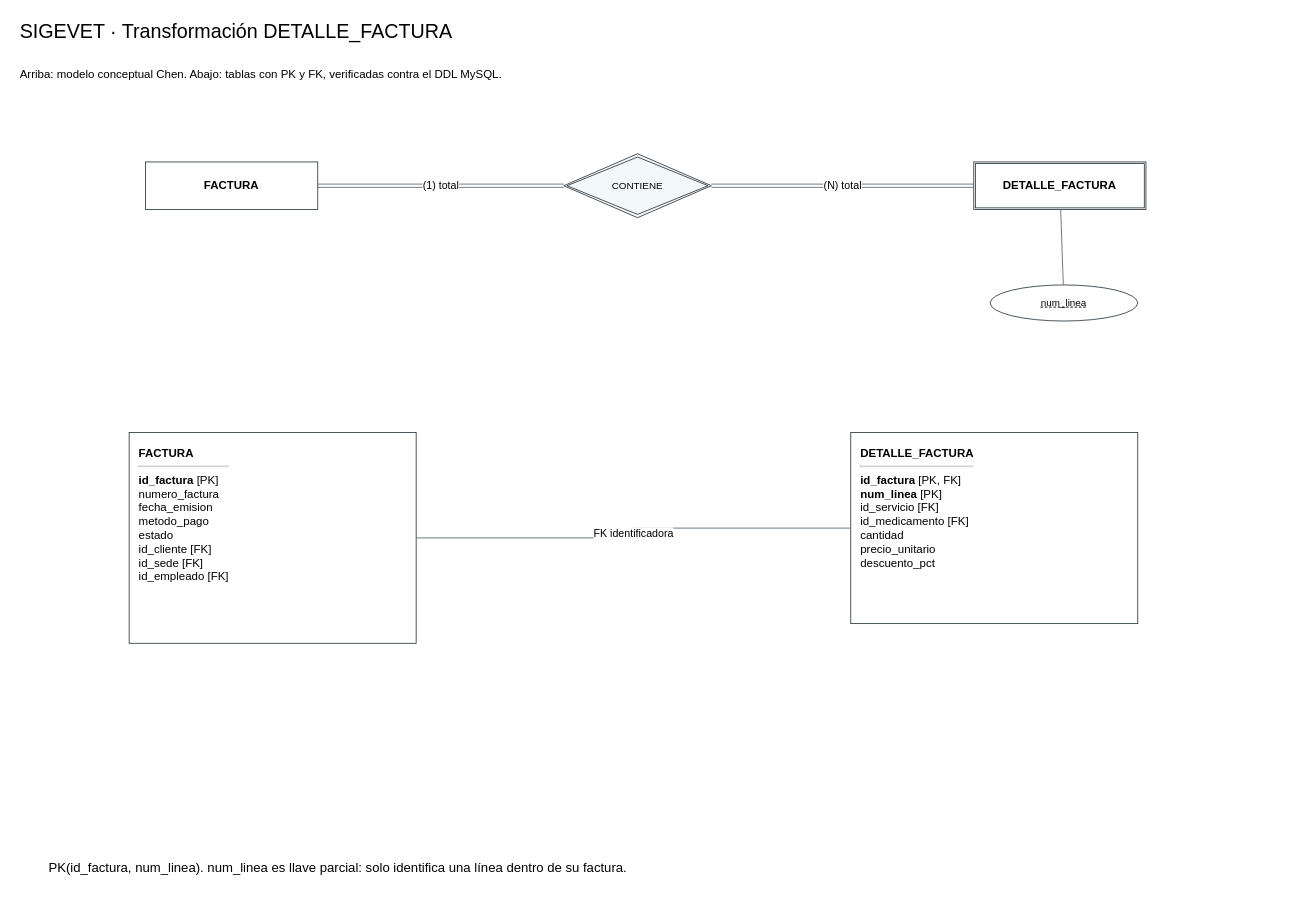
Earlier version of the draw.io diagram documentos/fase1/diagramas_drawio/09_Entidad_Debil_DETALLE_FACTURA.drawio (Estarlan/proyecto-bd1-sigevet). Source tidied: cells renumbered, new cells numbered last; positions are measured from the earlier drawing's top-left corner, leaving out a move shared by most shapes. Both pictures are drawn from the tidied source at 82%, with x=0, y=0 at pixel (18, 14).
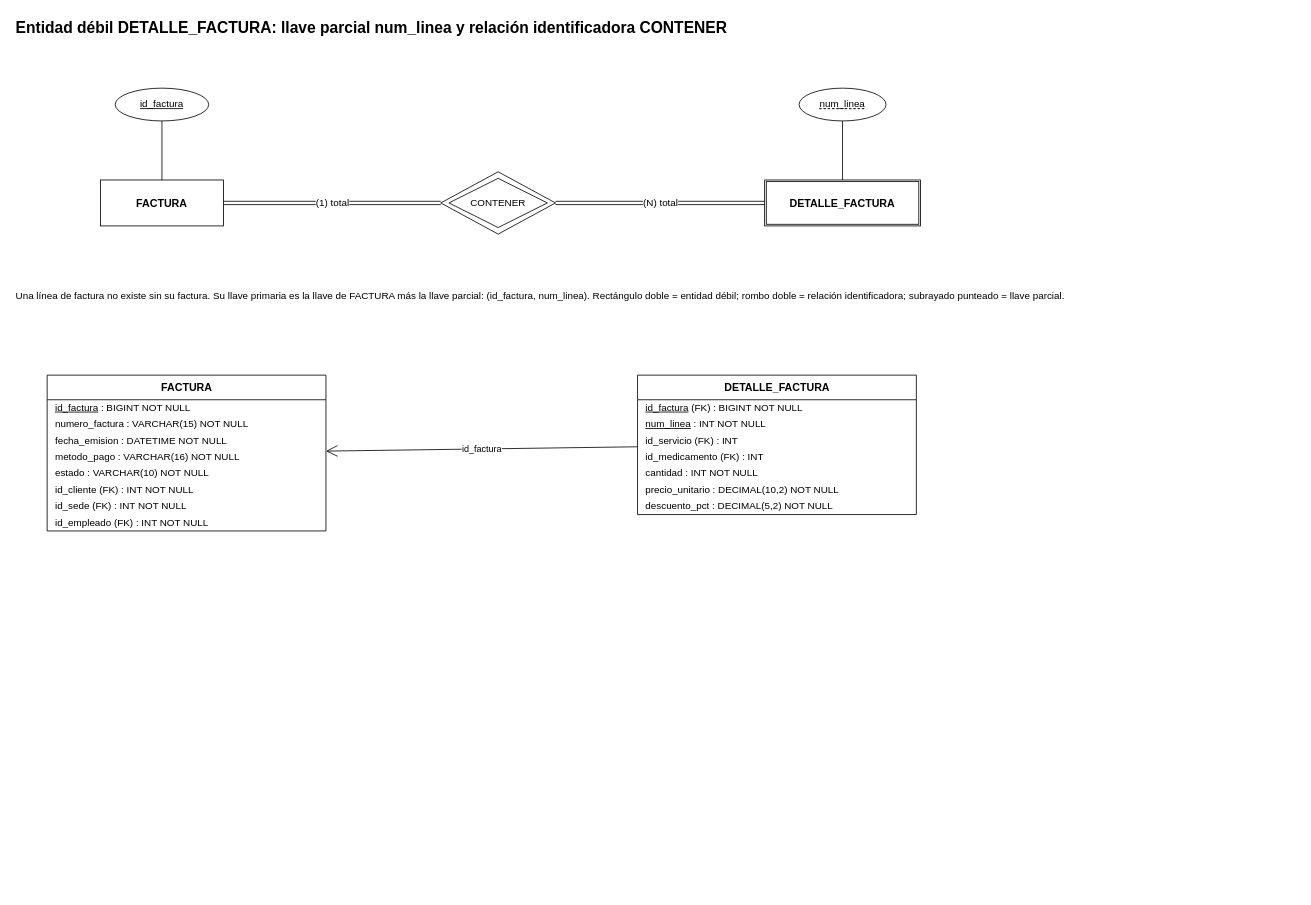
After the change.

Change to the diagram source:
```diff
@@
-<mxGraphModel background="#ffffff">
+<mxGraphModel>
@@
-    <mxCell id="2" value="SIGEVET · Transformación DETALLE_FACTURA" style="html=1;whiteSpace=wrap;fontFamily=Arial;fontSize=14;strokeColor=#263238;fillColor=#ffffff;text;strokeColor=none;fillColor=none;align=left;verticalAlign=middle;fontSize=24;" parent="1" vertex="1">
-      <mxGeometry width="1560" height="42" as="geometry" />
-    </mxCell>
-    <mxCell id="3" value="Arriba: modelo conceptual Chen. Abajo: tablas con PK y FK, verificadas contra el DDL MySQL." style="html=1;whiteSpace=wrap;fontFamily=Arial;fontSize=14;strokeColor=#263238;fillColor=#ffffff;text;strokeColor=none;fillColor=none;align=left;verticalAlign=middle;fontSize=14;" parent="1" vertex="1">
-      <mxGeometry y="45" width="1560" height="55" as="geometry" />
+    <mxCell id="3" value="Entidad débil DETALLE_FACTURA: llave parcial num_linea y relación identificadora CONTENER" style="text;html=1;align=left;verticalAlign=middle;fillColor=none;strokeColor=none;fontSize=19;fontStyle=1;" parent="1" vertex="1">
+      <mxGeometry x="-5" width="1320" height="34" as="geometry" />
     </mxCell>
-    <mxCell id="4" value="FACTURA" style="html=1;whiteSpace=wrap;fontFamily=Arial;fontSize=14;strokeColor=#263238;fillColor=#ffffff;rounded=0;fontStyle=1;" parent="1" vertex="1">
-      <mxGeometry x="155" y="180" width="210" height="58" as="geometry" />
+    <mxCell id="4" value="FACTURA" style="rounded=0;whiteSpace=wrap;html=1;fillColor=none;fontSize=13;fontStyle=1;" parent="1" vertex="1">
+      <mxGeometry x="100" y="202" width="150" height="56" as="geometry" />
     </mxCell>
-    <mxCell id="5" value="DETALLE_FACTURA" style="html=1;whiteSpace=wrap;fontFamily=Arial;fontSize=14;strokeColor=#263238;fillColor=#ffffff;rounded=0;fontStyle=1;shape=ext;double=1;" parent="1" vertex="1">
-      <mxGeometry x="1165" y="180" width="210" height="58" as="geometry" />
+    <mxCell id="5" value="DETALLE_FACTURA" style="shape=ext;double=1;whiteSpace=wrap;html=1;fillColor=none;fontSize=13;fontStyle=1;" parent="1" vertex="1">
+      <mxGeometry x="910" y="202" width="190" height="56" as="geometry" />
     </mxCell>
-    <mxCell id="6" value="CONTIENE" style="html=1;whiteSpace=wrap;fontFamily=Arial;fontSize=14;strokeColor=#263238;fillColor=#ffffff;rhombus;fontSize=12;fillColor=#f2f7fa;double=1;" parent="1" vertex="1">
-      <mxGeometry x="665" y="170" width="180" height="78" as="geometry" />
+    <mxCell id="6" value="CONTENER" style="rhombus;whiteSpace=wrap;html=1;fillColor=none;fontSize=12;" parent="1" vertex="1">
+      <mxGeometry x="515" y="192" width="140" height="76" as="geometry" />
     </mxCell>
-    <mxCell id="7" value="(1) total" style="html=1;endArrow=none;startArrow=none;fontFamily=Arial;fontSize=13;labelBackgroundColor=#ffffff;strokeColor=#52616b;rounded=0;jumpStyle=arc;shape=link;" parent="1" edge="1" source="4" target="6">
-      <mxGeometry relative="1" as="geometry" />
+    <mxCell id="7" style="rhombus;whiteSpace=wrap;html=1;fillColor=none;fontSize=12;" parent="6" vertex="1">
+      <mxGeometry x="10" y="8" width="120" height="60" as="geometry" />
     </mxCell>
-    <mxCell id="8" value="(N) total" style="html=1;endArrow=none;startArrow=none;fontFamily=Arial;fontSize=13;labelBackgroundColor=#ffffff;strokeColor=#52616b;rounded=0;jumpStyle=arc;shape=link;" parent="1" edge="1" source="6" target="5">
+    <mxCell id="8" value="(1) total" style="shape=link;html=1;endArrow=none;fontSize=12;labelBackgroundColor=default;" parent="1" edge="1" source="4" target="6">
       <mxGeometry relative="1" as="geometry" />
     </mxCell>
-    <mxCell id="9" value="&lt;span style=&quot;text-decoration:underline dashed&quot;&gt;num_linea&lt;/span&gt;" style="html=1;whiteSpace=wrap;fontFamily=Arial;fontSize=14;strokeColor=#263238;fillColor=#ffffff;ellipse;fontSize=12;" parent="1" vertex="1">
-      <mxGeometry x="1185" y="330" width="180" height="44" as="geometry" />
+    <mxCell id="9" value="(N) total" style="shape=link;html=1;endArrow=none;fontSize=12;labelBackgroundColor=default;" parent="1" edge="1" source="6" target="5">
+      <mxGeometry relative="1" as="geometry" />
     </mxCell>
-    <mxCell id="10" style="html=1;endArrow=none;startArrow=none;fontFamily=Arial;fontSize=13;labelBackgroundColor=#ffffff;strokeColor=#52616b;rounded=0;jumpStyle=arc;" parent="1" edge="1" source="5" target="9">
-      <mxGeometry relative="1" as="geometry" />
+    <mxCell id="10" value="&lt;u&gt;id_factura&lt;/u&gt;" style="ellipse;whiteSpace=wrap;html=1;fillColor=none;fontSize=12;" parent="1" vertex="1">
+      <mxGeometry x="118" y="90" width="114" height="40" as="geometry" />
     </mxCell>
-    <mxCell id="11" value="&lt;b&gt;FACTURA&lt;/b&gt;&lt;hr&gt;&lt;b&gt;id_factura&lt;/b&gt; [PK]&lt;br&gt;numero_factura&lt;br&gt;fecha_emision&lt;br&gt;metodo_pago&lt;br&gt;estado&lt;br&gt;id_cliente [FK]&lt;br&gt;id_sede [FK]&lt;br&gt;id_empleado [FK]" style="html=1;whiteSpace=wrap;fontFamily=Arial;fontSize=14;strokeColor=#263238;fillColor=#ffffff;align=left;verticalAlign=top;spacing=12;" parent="1" vertex="1">
-      <mxGeometry x="135" y="510" width="350" height="257" as="geometry" />
+    <mxCell id="11" style="html=1;endArrow=none;fontSize=12;labelBackgroundColor=default;" parent="1" edge="1" source="4" target="10">
+      <mxGeometry relative="1" as="geometry" />
     </mxCell>
-    <mxCell id="12" value="&lt;b&gt;DETALLE_FACTURA&lt;/b&gt;&lt;hr&gt;&lt;b&gt;id_factura&lt;/b&gt; [PK, FK]&lt;br&gt;&lt;b&gt;num_linea&lt;/b&gt; [PK]&lt;br&gt;id_servicio [FK]&lt;br&gt;id_medicamento [FK]&lt;br&gt;cantidad&lt;br&gt;precio_unitario&lt;br&gt;descuento_pct" style="html=1;whiteSpace=wrap;fontFamily=Arial;fontSize=14;strokeColor=#263238;fillColor=#ffffff;align=left;verticalAlign=top;spacing=12;" parent="1" vertex="1">
-      <mxGeometry x="1015" y="510" width="350" height="233" as="geometry" />
+    <mxCell id="12" value="&lt;u style=&quot;text-decoration: underline dashed&quot;&gt;num_linea&lt;/u&gt;" style="ellipse;whiteSpace=wrap;html=1;fillColor=none;fontSize=12;" parent="1" vertex="1">
+      <mxGeometry x="952" y="90" width="106" height="40" as="geometry" />
     </mxCell>
-    <mxCell id="13" value="FK identificadora" style="html=1;endArrow=none;startArrow=none;fontFamily=Arial;fontSize=13;labelBackgroundColor=#ffffff;strokeColor=#52616b;rounded=0;jumpStyle=arc;edgeStyle=orthogonalEdgeStyle;" parent="1" edge="1" source="11" target="12">
+    <mxCell id="13" style="html=1;endArrow=none;fontSize=12;labelBackgroundColor=default;" parent="1" edge="1" source="5" target="12">
       <mxGeometry relative="1" as="geometry" />
     </mxCell>
-    <mxCell id="14" value="PK(id_factura, num_linea). num_linea es llave parcial: solo identifica una línea dentro de su factura." style="html=1;whiteSpace=wrap;fontFamily=Arial;fontSize=14;strokeColor=#263238;fillColor=#ffffff;text;strokeColor=none;fillColor=none;align=left;verticalAlign=middle;fontSize=16;" parent="1" vertex="1">
-      <mxGeometry x="35" y="1010" width="1450" height="60" as="geometry" />
+    <mxCell id="14" value="Una línea de factura no existe sin su factura. Su llave primaria es la llave de FACTURA más la llave parcial: (id_factura, num_linea). Rectángulo doble = entidad débil; rombo doble = relación identificadora; subrayado punteado = llave parcial." style="text;html=1;align=left;verticalAlign=top;whiteSpace=wrap;fillColor=none;strokeColor=none;fontSize=12;" parent="1" vertex="1">
+      <mxGeometry x="-5" y="330" width="1300" height="60" as="geometry" />
     </mxCell>
+    <mxCell id="15" value="FACTURA" style="swimlane;fontStyle=1;horizontal=1;startSize=30;html=1;fillColor=none;swimlaneFillColor=none;fontSize=13;" parent="1" vertex="1">
+      <mxGeometry x="35" y="440" width="340" height="190" as="geometry" />
+    </mxCell>
+    <mxCell id="16" value="&lt;u&gt;id_factura&lt;/u&gt; : BIGINT NOT NULL" style="text;html=1;fillColor=none;strokeColor=none;align=left;verticalAlign=middle;spacingLeft=8;fontSize=12;" parent="15" vertex="1">
+      <mxGeometry y="30" width="340" height="20" as="geometry" />
+    </mxCell>
+    <mxCell id="17" value="numero_factura : VARCHAR(15) NOT NULL" style="text;html=1;fillColor=none;strokeColor=none;align=left;verticalAlign=middle;spacingLeft=8;fontSize=12;" parent="15" vertex="1">
+      <mxGeometry y="50" width="340" height="20" as="geometry" />
+    </mxCell>
+    <mxCell id="18" value="fecha_emision : DATETIME NOT NULL" style="text;html=1;fillColor=none;strokeColor=none;align=left;verticalAlign=middle;spacingLeft=8;fontSize=12;" parent="15" vertex="1">
+      <mxGeometry y="70" width="340" height="20" as="geometry" />
+    </mxCell>
+    <mxCell id="19" value="metodo_pago : VARCHAR(16) NOT NULL" style="text;html=1;fillColor=none;strokeColor=none;align=left;verticalAlign=middle;spacingLeft=8;fontSize=12;" parent="15" vertex="1">
+      <mxGeometry y="90" width="340" height="20" as="geometry" />
+    </mxCell>
+    <mxCell id="20" value="estado : VARCHAR(10) NOT NULL" style="text;html=1;fillColor=none;strokeColor=none;align=left;verticalAlign=middle;spacingLeft=8;fontSize=12;" parent="15" vertex="1">
+      <mxGeometry y="110" width="340" height="20" as="geometry" />
+    </mxCell>
+    <mxCell id="21" value="id_cliente (FK) : INT NOT NULL" style="text;html=1;fillColor=none;strokeColor=none;align=left;verticalAlign=middle;spacingLeft=8;fontSize=12;" parent="15" vertex="1">
+      <mxGeometry y="130" width="340" height="20" as="geometry" />
+    </mxCell>
+    <mxCell id="22" value="id_sede (FK) : INT NOT NULL" style="text;html=1;fillColor=none;strokeColor=none;align=left;verticalAlign=middle;spacingLeft=8;fontSize=12;" parent="15" vertex="1">
+      <mxGeometry y="150" width="340" height="20" as="geometry" />
+    </mxCell>
+    <mxCell id="23" value="id_empleado (FK) : INT NOT NULL" style="text;html=1;fillColor=none;strokeColor=none;align=left;verticalAlign=middle;spacingLeft=8;fontSize=12;" parent="15" vertex="1">
+      <mxGeometry y="170" width="340" height="20" as="geometry" />
+    </mxCell>
+    <mxCell id="24" value="DETALLE_FACTURA" style="swimlane;fontStyle=1;horizontal=1;startSize=30;html=1;fillColor=none;swimlaneFillColor=none;fontSize=13;" parent="1" vertex="1">
+      <mxGeometry x="755" y="440" width="340" height="170" as="geometry" />
+    </mxCell>
+    <mxCell id="25" value="&lt;u&gt;id_factura&lt;/u&gt; (FK) : BIGINT NOT NULL" style="text;html=1;fillColor=none;strokeColor=none;align=left;verticalAlign=middle;spacingLeft=8;fontSize=12;" parent="24" vertex="1">
+      <mxGeometry y="30" width="340" height="20" as="geometry" />
+    </mxCell>
+    <mxCell id="26" value="&lt;u&gt;num_linea&lt;/u&gt; : INT NOT NULL" style="text;html=1;fillColor=none;strokeColor=none;align=left;verticalAlign=middle;spacingLeft=8;fontSize=12;" parent="24" vertex="1">
+      <mxGeometry y="50" width="340" height="20" as="geometry" />
+    </mxCell>
+    <mxCell id="27" value="id_servicio (FK) : INT" style="text;html=1;fillColor=none;strokeColor=none;align=left;verticalAlign=middle;spacingLeft=8;fontSize=12;" parent="24" vertex="1">
+      <mxGeometry y="70" width="340" height="20" as="geometry" />
+    </mxCell>
+    <mxCell id="28" value="id_medicamento (FK) : INT" style="text;html=1;fillColor=none;strokeColor=none;align=left;verticalAlign=middle;spacingLeft=8;fontSize=12;" parent="24" vertex="1">
+      <mxGeometry y="90" width="340" height="20" as="geometry" />
+    </mxCell>
+    <mxCell id="29" value="cantidad : INT NOT NULL" style="text;html=1;fillColor=none;strokeColor=none;align=left;verticalAlign=middle;spacingLeft=8;fontSize=12;" parent="24" vertex="1">
+      <mxGeometry y="110" width="340" height="20" as="geometry" />
+    </mxCell>
+    <mxCell id="30" value="precio_unitario : DECIMAL(10,2) NOT NULL" style="text;html=1;fillColor=none;strokeColor=none;align=left;verticalAlign=middle;spacingLeft=8;fontSize=12;" parent="24" vertex="1">
+      <mxGeometry y="130" width="340" height="20" as="geometry" />
+    </mxCell>
+    <mxCell id="31" value="descuento_pct : DECIMAL(5,2) NOT NULL" style="text;html=1;fillColor=none;strokeColor=none;align=left;verticalAlign=middle;spacingLeft=8;fontSize=12;" parent="24" vertex="1">
+      <mxGeometry y="150" width="340" height="20" as="geometry" />
+    </mxCell>
+    <mxCell id="32" value="id_factura" style="html=1;endArrow=none;fontSize=12;labelBackgroundColor=default;endArrow=open;endFill=0;endSize=12;fontSize=11;" parent="1" edge="1" source="24" target="15">
+      <mxGeometry relative="1" as="geometry" />
+    </mxCell>
```
